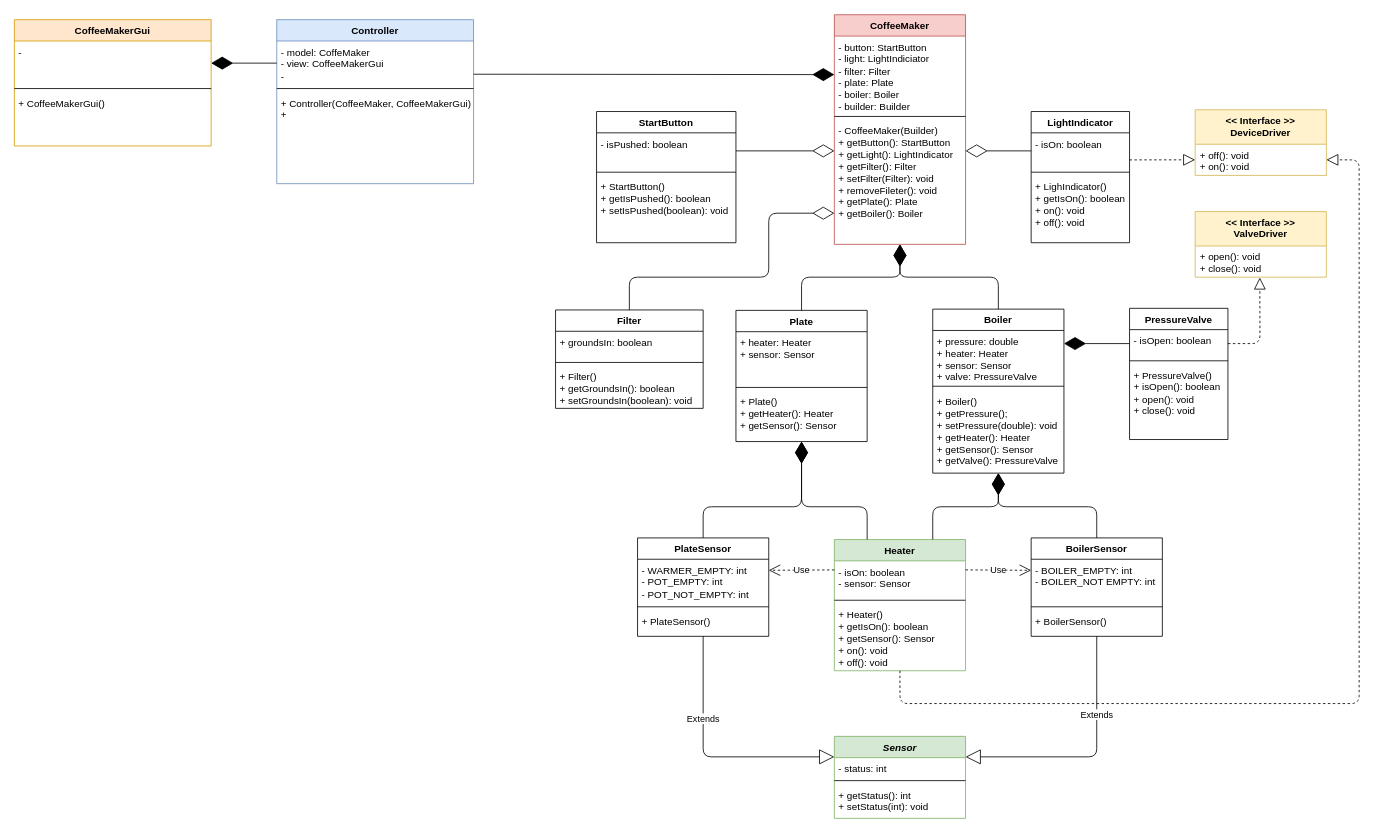
Above: resources/CoffeeMakerUML.drawio in JosueRodriguezGarcia/CoffeeMaker-Group2 (draw.io), before the change. Source tidied: cells renumbered, new cells numbered last; positions are measured from the earlier drawing's top-left corner, leaving out a move shared by most shapes. Both pictures are drawn from the tidied source at 82%, with x=0, y=0 at pixel (14, 14).
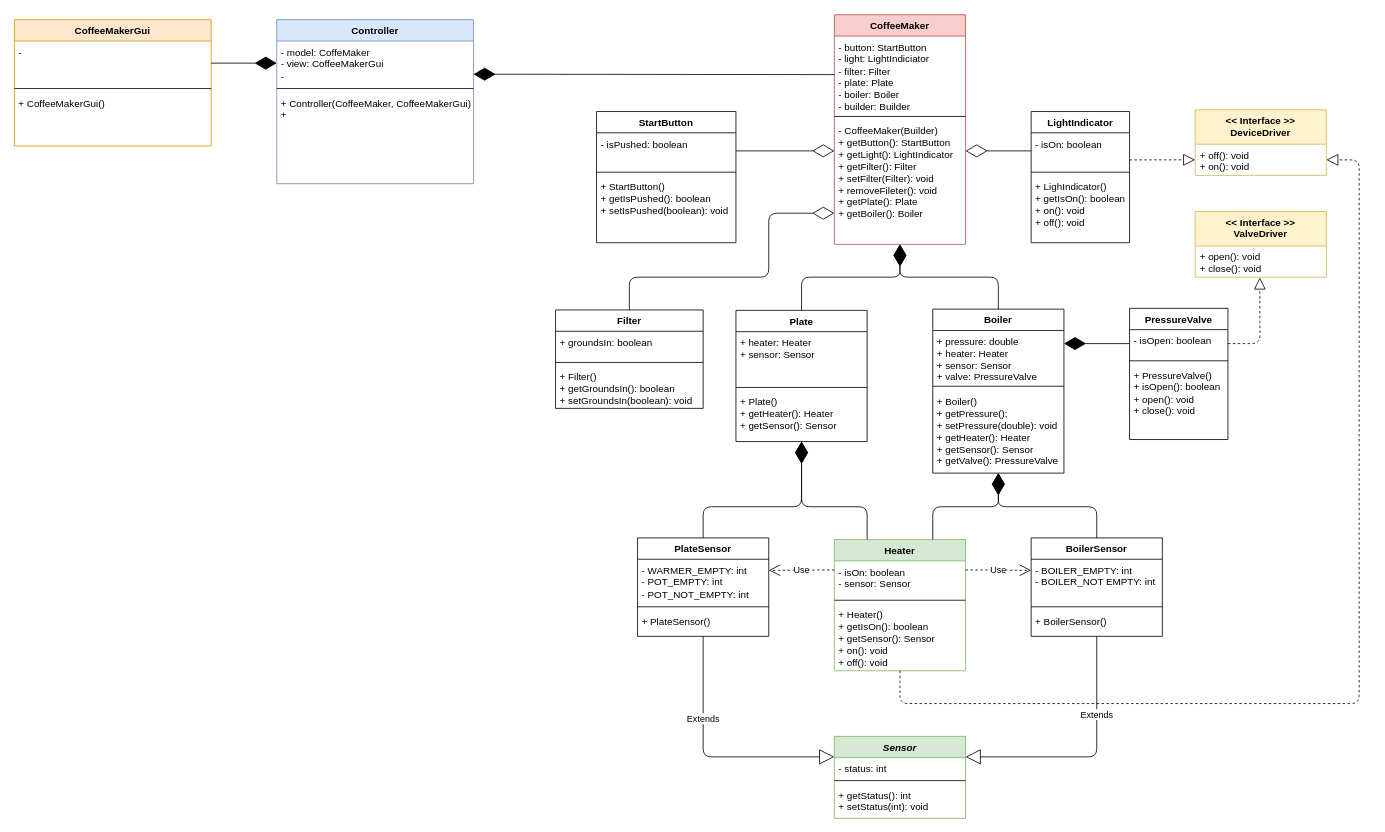
The same diagram, later.

Commit message (it also covers changes not shown here):
UML corrected and updated.

Unchanged cells that the change refers to:
```xml
<mxCell id="34" value="&lt;div&gt;&lt;span&gt;&amp;nbsp;- button: StartButton&lt;/span&gt;&lt;br&gt;&lt;/div&gt;&lt;div&gt;&amp;nbsp;- light: LightIndiciator&lt;/div&gt;&lt;div&gt;&amp;nbsp;- filter: Filter&lt;/div&gt;&lt;div&gt;&amp;nbsp;- plate: Plate&lt;/div&gt;&lt;div&gt;&amp;nbsp;- boiler: Boiler&lt;br&gt;&lt;/div&gt;&lt;div&gt;&amp;nbsp;- builder: Builder&lt;/div&gt;" style="text;html=1;strokeColor=none;fillColor=none;align=left;verticalAlign=top;whiteSpace=wrap;rounded=0;" parent="33" vertex="1">
  <mxGeometry y="26" width="160" height="94" as="geometry" />
</mxCell>
<mxCell id="63" value="&lt;div&gt;&lt;span&gt;&amp;nbsp;- model: CoffeMaker&lt;/span&gt;&lt;br&gt;&lt;/div&gt;&lt;div&gt;&lt;span&gt;&amp;nbsp;- view: CoffeeMakerGui&lt;/span&gt;&lt;/div&gt;&lt;div&gt;&lt;span&gt;&amp;nbsp;-&amp;nbsp;&lt;/span&gt;&lt;/div&gt;" style="text;html=1;strokeColor=none;fillColor=none;align=left;verticalAlign=top;whiteSpace=wrap;rounded=0;" parent="62" vertex="1">
  <mxGeometry y="26" width="240" height="54" as="geometry" />
</mxCell>
<mxCell id="67" value="&lt;div&gt;&lt;span&gt;&amp;nbsp;-&amp;nbsp;&lt;/span&gt;&lt;br&gt;&lt;/div&gt;" style="text;html=1;strokeColor=none;fillColor=none;align=left;verticalAlign=top;whiteSpace=wrap;rounded=0;" parent="66" vertex="1">
  <mxGeometry y="26" width="240" height="54" as="geometry" />
</mxCell>
```

The edit, as a diff of the source:
```diff
@@
-    <mxCell id="75" style="endArrow=diamondThin;endFill=1;endSize=24;html=1;entryX=1;entryY=0.5;entryDx=0;entryDy=0;exitX=0;exitY=0.5;exitDx=0;exitDy=0;" parent="1" edge="1" source="63" target="67">
+    <mxCell id="75" style="endArrow=none;endFill=0;endSize=24;html=1;entryX=1;entryY=0.5;entryDx=0;entryDy=0;exitX=0;exitY=0.5;exitDx=0;exitDy=0;startArrow=diamondThin;startFill=1;startSize=24;" parent="1" edge="1" source="63" target="67">
       <mxGeometry relative="1" as="geometry" />
     </mxCell>
-    <mxCell id="76" style="endArrow=diamondThin;endFill=1;endSize=24;html=1;exitX=1;exitY=0.75;exitDx=0;exitDy=0;entryX=0;entryY=0.5;entryDx=0;entryDy=0;" parent="1" edge="1" source="63" target="34">
+    <mxCell id="76" style="endArrow=none;endFill=0;endSize=24;html=1;exitX=1;exitY=0.75;exitDx=0;exitDy=0;entryX=0;entryY=0.5;entryDx=0;entryDy=0;startArrow=diamondThin;startFill=1;startSize=24;" parent="1" edge="1" source="63" target="34">
       <mxGeometry relative="1" as="geometry" />
     </mxCell>
```
